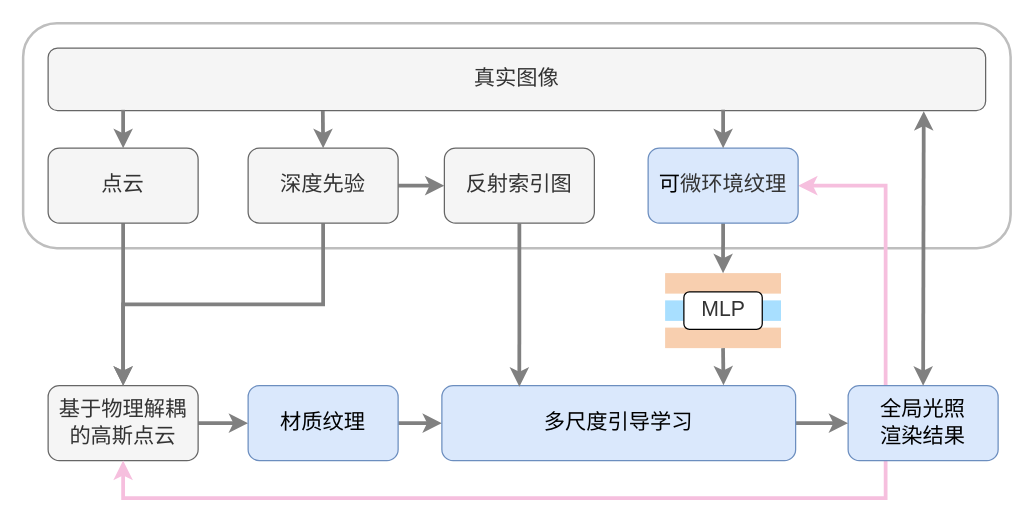
The draw.io diagram mid-term/总体框架（新）.drawio in thEu-suisei/draw_io, before the edit. Source tidied: cells renumbered, new cells numbered last; positions are measured from the earlier drawing's top-left corner, leaving out a move shared by most shapes. Both pictures are drawn from the tidied source at 125%, with x=0, y=0 at pixel (22, 22). Pictures stored in the file or linked from it are replaced by grey dashed boxes.
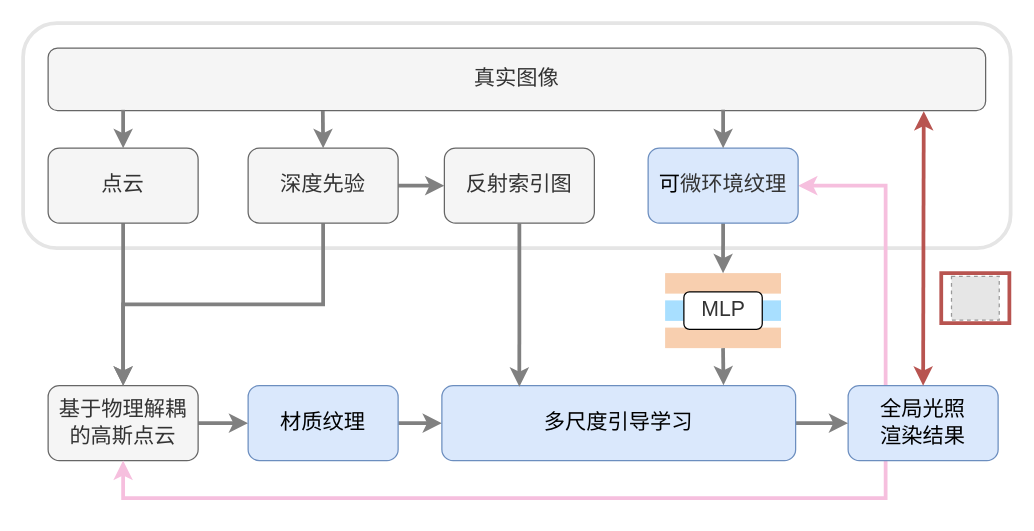
After the change.

Commit message:
更新总体框架（新）.drawio

The change refers to these unchanged cells:
```xml
<mxCell id="3" value="&lt;span style=&quot;font-size: 17px; font-weight: 400;&quot;&gt;真实图像&lt;/span&gt;" style="rounded=1;whiteSpace=wrap;html=1;fillColor=#f5f5f5;fontColor=#333333;strokeColor=#666666;fontStyle=1;" parent="1" vertex="1">
  <mxGeometry x="20" y="20" width="750" height="50" as="geometry" />
</mxCell>
<mxCell id="10" value="&lt;span style=&quot;font-size: 17px; font-weight: 400;&quot;&gt;全局光照&lt;br&gt;渲染结果&lt;/span&gt;" style="rounded=1;whiteSpace=wrap;html=1;fillColor=#dae8fc;fontColor=default;strokeColor=#6c8ebf;fontStyle=1;align=center;verticalAlign=middle;fontFamily=Helvetica;fontSize=12;" parent="1" vertex="1">
  <mxGeometry x="660" y="290" width="120" height="60" as="geometry" />
</mxCell>
```

The edit, as a diff of the source:
```diff
@@
-    <mxCell id="2" style="rounded=1;whiteSpace=wrap;html=1;fillColor=none;fontColor=#333333;strokeColor=#BEBEBE;strokeWidth=2;" parent="1" vertex="1">
+    <mxCell id="2" style="rounded=1;whiteSpace=wrap;html=1;fillColor=none;fontColor=#333333;strokeColor=#E5E5E5;strokeWidth=3;" parent="1" vertex="1">
       <mxGeometry width="790" height="180" as="geometry" />
     </mxCell>
@@
-    <mxCell id="30" style="endArrow=classic;startArrow=classic;html=1;rounded=0;entryX=0.934;entryY=1.009;entryDx=0;entryDy=0;entryPerimeter=0;exitX=0.5;exitY=0;exitDx=0;exitDy=0;strokeColor=#808080;strokeWidth=3;align=center;verticalAlign=middle;fontFamily=Helvetica;fontSize=11;fontColor=default;labelBackgroundColor=default;" parent="1" edge="1" source="10" target="3">
+    <mxCell id="30" style="endArrow=classic;startArrow=classic;html=1;rounded=0;entryX=0.934;entryY=1.009;entryDx=0;entryDy=0;entryPerimeter=0;exitX=0.5;exitY=0;exitDx=0;exitDy=0;strokeColor=light-dark(#B85450,#7F7F7F);strokeWidth=3;align=center;verticalAlign=middle;fontFamily=Helvetica;fontSize=11;fontColor=default;labelBackgroundColor=default;" parent="1" edge="1" source="10" target="3">
       <mxGeometry relative="1" as="geometry" />
     </mxCell>
@@
+    <mxCell id="32" style="group;" parent="1" vertex="1">
+      <mxGeometry x="734.5" y="200" width="54.5" height="40" as="geometry" />
+    </mxCell>
+    <mxCell id="33" style="fillColor=#E6E6E6;strokeColor=#999999;dashed=1;verticalLabelPosition=bottom;labelBackgroundColor=default;verticalAlign=top;" parent="32" vertex="1">
+      <mxGeometry x="8.2" y="2.5" width="38.2" height="35" as="geometry" />
+    </mxCell>
+    <mxCell id="34" style="rounded=0;whiteSpace=wrap;html=1;fillColor=none;strokeColor=#B85450;strokeWidth=3;" parent="32" vertex="1">
+      <mxGeometry width="54.5" height="40" as="geometry" />
+    </mxCell>
```
